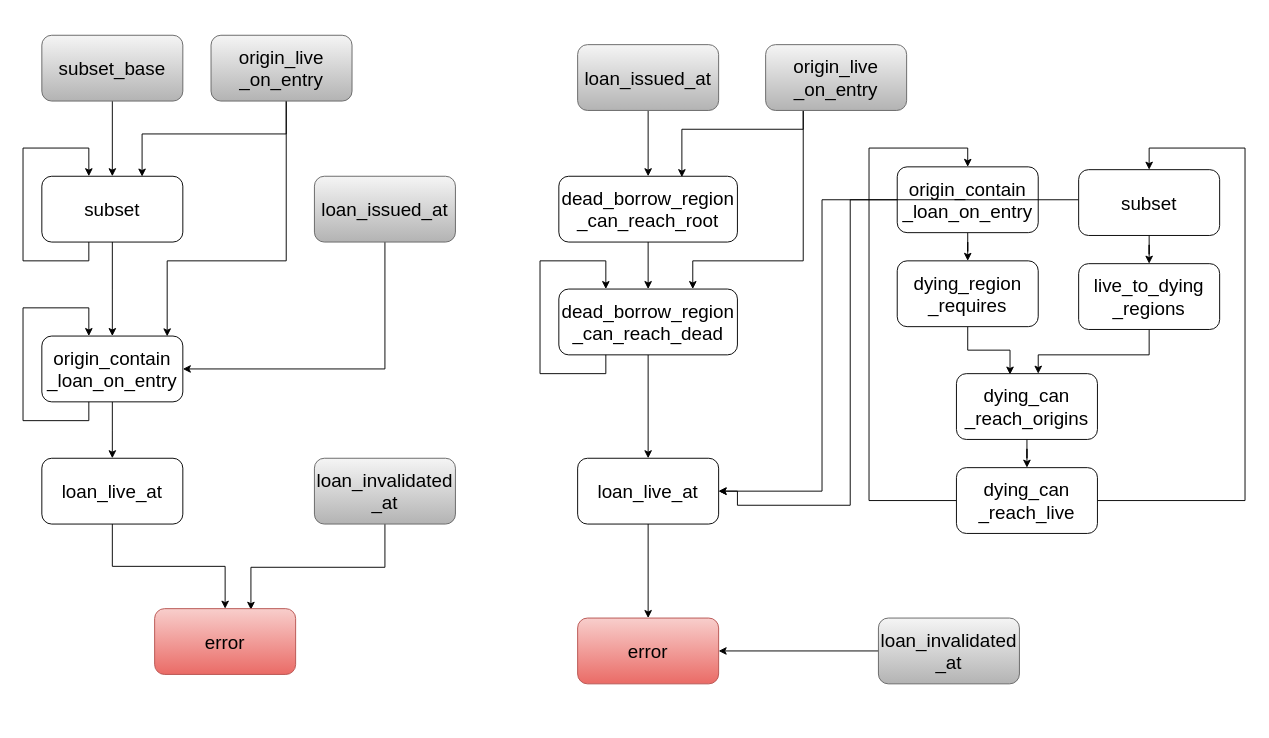
Before: presentation/naive-do.drawio in lengyijun/polonius-proof, a draw.io diagram. Source tidied: cells renumbered, new cells numbered last; positions are measured from the earlier drawing's top-left corner, leaving out a move shared by most shapes. Both pictures are drawn from the tidied source at 94%, with x=0, y=0 at pixel (23, 35).
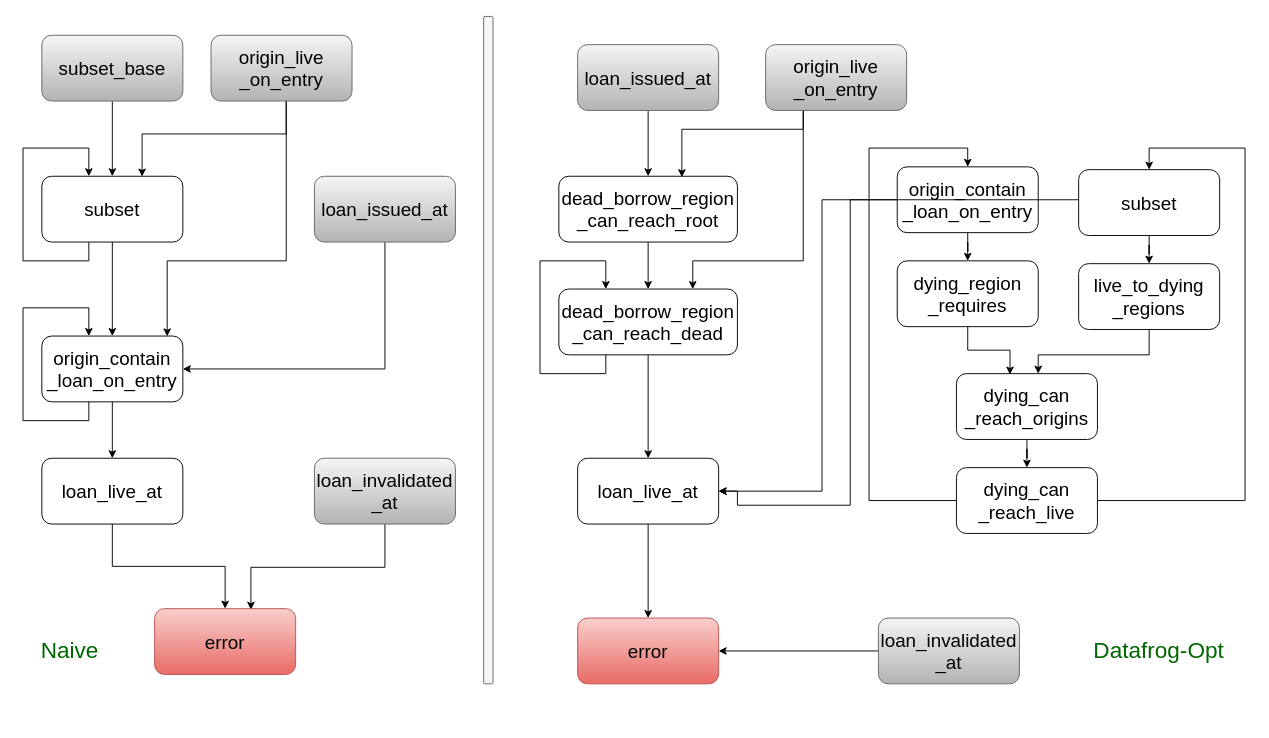
The same diagram, later.

The edit, as a diff of the source:
```diff
@@
+    <mxCell id="50" style="rounded=0;whiteSpace=wrap;html=1;strokeColor=none;" parent="1" vertex="1">
+      <mxGeometry x="500" y="-10" width="10" height="740" as="geometry" />
+    </mxCell>
+    <mxCell id="51" style="rounded=1;whiteSpace=wrap;html=1;strokeColor=#666666;fillColor=#f5f5f5;fontColor=#333333;" parent="1" vertex="1">
+      <mxGeometry x="490" y="-20" width="10" height="710" as="geometry" />
+    </mxCell>
+    <mxCell id="52" value="Naive" style="text;html=1;strokeColor=none;fillColor=none;align=center;verticalAlign=middle;whiteSpace=wrap;rounded=0;fontSize=24;fontColor=#006600;" parent="1" vertex="1">
+      <mxGeometry x="20" y="640" width="60" height="30" as="geometry" />
+    </mxCell>
+    <mxCell id="53" value="Datafrog-Opt" style="text;html=1;strokeColor=none;fillColor=none;align=center;verticalAlign=middle;whiteSpace=wrap;rounded=0;fontSize=24;fontColor=#006600;" parent="1" vertex="1">
+      <mxGeometry x="1130" y="640" width="157" height="30" as="geometry" />
+    </mxCell>
```
